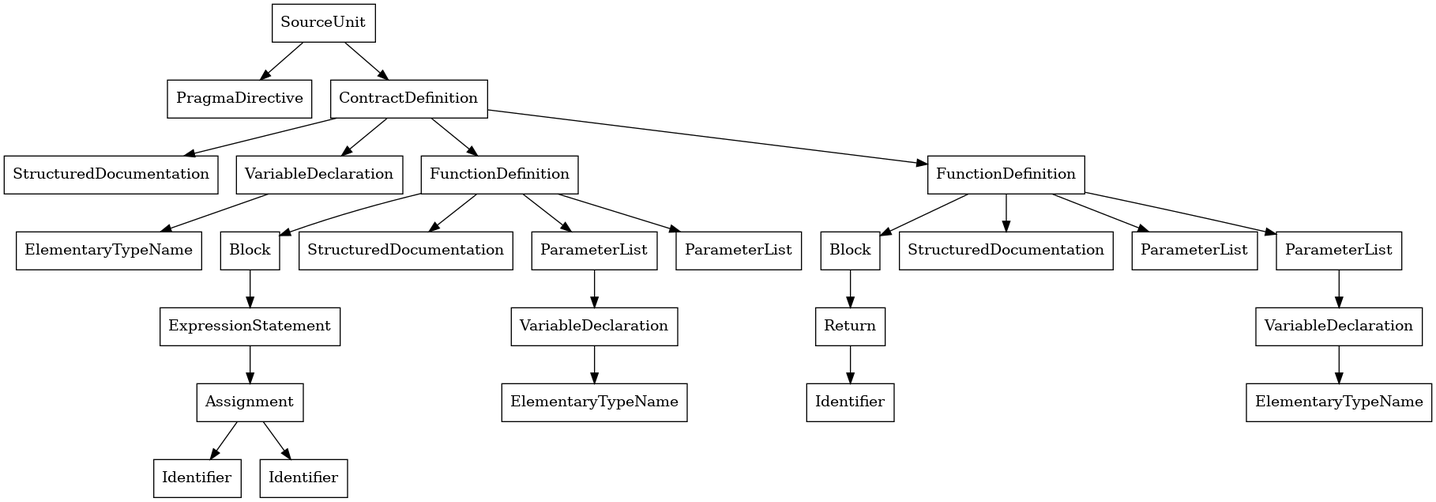
The Graphviz diagram bin/AST.png in Yowen397/modeler, before a commit. Its source is kept beside it as bin/AST.dot. Its diagram source:
```dot
digraph G{
node[shape=box]
94477220447272[label="SourceUnit"]
94477220447000[label="PragmaDirective"]
94477220447272->94477220447000
94477220447016[label="ContractDefinition"]
94477220447272->94477220447016
94477220446632[label="StructuredDocumentation"]
94477220447016->94477220446632
94477220446408[label="VariableDeclaration"]
94477220447016->94477220446408
94477220440208[label="ElementaryTypeName"]
94477220446408->94477220440208
94477220446424[label="FunctionDefinition"]
94477220447016->94477220446424
94477220443216[label="Block"]
94477220446424->94477220443216
94477220441632[label="ExpressionStatement"]
94477220443216->94477220441632
94477220441520[label="Assignment"]
94477220441632->94477220441520
94477220441304[label="Identifier"]
94477220441520->94477220441304
94477220441400[label="Identifier"]
94477220441520->94477220441400
94477220443248[label="StructuredDocumentation"]
94477220446424->94477220443248
94477220443536[label="ParameterList"]
94477220446424->94477220443536
94477220442888[label="VariableDeclaration"]
94477220443536->94477220442888
94477220442840[label="ElementaryTypeName"]
94477220442888->94477220442840
94477220443568[label="ParameterList"]
94477220446424->94477220443568
94477220446440[label="FunctionDefinition"]
94477220447016->94477220446440
94477220445880[label="Block"]
94477220446440->94477220445880
94477220444312[label="Return"]
94477220445880->94477220444312
94477220444168[label="Identifier"]
94477220444312->94477220444168
94477220445912[label="StructuredDocumentation"]
94477220446440->94477220445912
94477220446200[label="ParameterList"]
94477220446440->94477220446200
94477220446232[label="ParameterList"]
94477220446440->94477220446232
94477220445704[label="VariableDeclaration"]
94477220446232->94477220445704
94477220445656[label="ElementaryTypeName"]
94477220445704->94477220445656
}
```
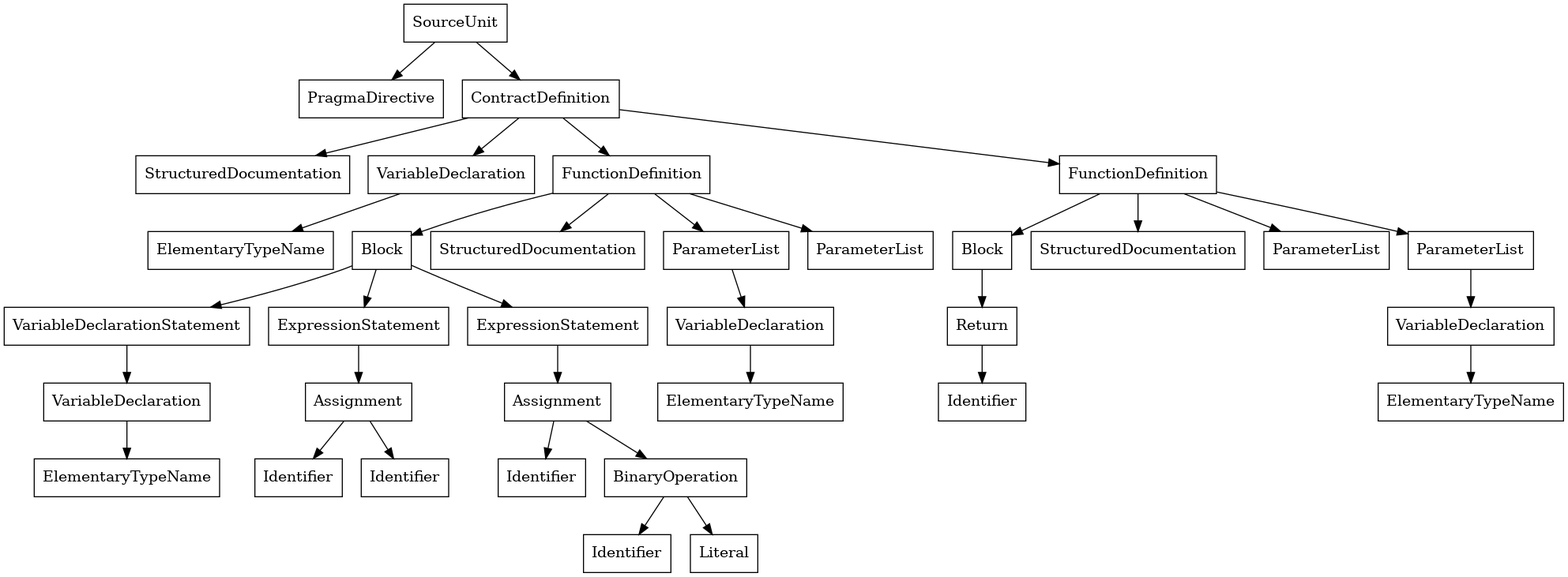
Later version of the same file.

What changed in the source:
```diff
@@ -1,54 +1,72 @@
 digraph G{
 node[shape=box]
-94477220447272[label="SourceUnit"]
-94477220447000[label="PragmaDirective"]
-94477220447272->94477220447000
-94477220447016[label="ContractDefinition"]
-94477220447272->94477220447016
-94477220446632[label="StructuredDocumentation"]
-94477220447016->94477220446632
-94477220446408[label="VariableDeclaration"]
-94477220447016->94477220446408
-94477220440208[label="ElementaryTypeName"]
-94477220446408->94477220440208
-94477220446424[label="FunctionDefinition"]
-94477220447016->94477220446424
-94477220443216[label="Block"]
-94477220446424->94477220443216
-94477220441632[label="ExpressionStatement"]
-94477220443216->94477220441632
-94477220441520[label="Assignment"]
-94477220441632->94477220441520
-94477220441304[label="Identifier"]
-94477220441520->94477220441304
-94477220441400[label="Identifier"]
-94477220441520->94477220441400
-94477220443248[label="StructuredDocumentation"]
-94477220446424->94477220443248
-94477220443536[label="ParameterList"]
-94477220446424->94477220443536
-94477220442888[label="VariableDeclaration"]
-94477220443536->94477220442888
-94477220442840[label="ElementaryTypeName"]
-94477220442888->94477220442840
-94477220443568[label="ParameterList"]
-94477220446424->94477220443568
-94477220446440[label="FunctionDefinition"]
-94477220447016->94477220446440
-94477220445880[label="Block"]
-94477220446440->94477220445880
-94477220444312[label="Return"]
-94477220445880->94477220444312
-94477220444168[label="Identifier"]
-94477220444312->94477220444168
-94477220445912[label="StructuredDocumentation"]
-94477220446440->94477220445912
-94477220446200[label="ParameterList"]
-94477220446440->94477220446200
-94477220446232[label="ParameterList"]
-94477220446440->94477220446232
-94477220445704[label="VariableDeclaration"]
-94477220446232->94477220445704
-94477220445656[label="ElementaryTypeName"]
-94477220445704->94477220445656
+94139065152064[label="SourceUnit"]
+94139065151792[label="PragmaDirective"]
+94139065152064->94139065151792
+94139065151808[label="ContractDefinition"]
+94139065152064->94139065151808
+94139065151424[label="StructuredDocumentation"]
+94139065151808->94139065151424
+94139065151200[label="VariableDeclaration"]
+94139065151808->94139065151200
+94139065141392[label="ElementaryTypeName"]
+94139065151200->94139065141392
+94139065151216[label="FunctionDefinition"]
+94139065151808->94139065151216
+94139065148008[label="Block"]
+94139065151216->94139065148008
+94139065146392[label="VariableDeclarationStatement"]
+94139065148008->94139065146392
+94139065142304[label="VariableDeclaration"]
+94139065146392->94139065142304
+94139065142256[label="ElementaryTypeName"]
+94139065142304->94139065142256
+94139065146408[label="ExpressionStatement"]
+94139065148008->94139065146408
+94139065143776[label="Assignment"]
+94139065146408->94139065143776
+94139065143560[label="Identifier"]
+94139065143776->94139065143560
+94139065143656[label="Identifier"]
+94139065143776->94139065143656
+94139065146424[label="ExpressionStatement"]
+94139065148008->94139065146424
+94139065146280[label="Assignment"]
+94139065146424->94139065146280
+94139065146064[label="Identifier"]
+94139065146280->94139065146064
+94139065146160[label="BinaryOperation"]
+94139065146280->94139065146160
+94139065145608[label="Identifier"]
+94139065146160->94139065145608
+94139065145704[label="Literal"]
+94139065146160->94139065145704
+94139065148040[label="StructuredDocumentation"]
+94139065151216->94139065148040
+94139065148328[label="ParameterList"]
+94139065151216->94139065148328
+94139065147680[label="VariableDeclaration"]
+94139065148328->94139065147680
+94139065147632[label="ElementaryTypeName"]
+94139065147680->94139065147632
+94139065148360[label="ParameterList"]
+94139065151216->94139065148360
+94139065151232[label="FunctionDefinition"]
+94139065151808->94139065151232
+94139065150672[label="Block"]
+94139065151232->94139065150672
+94139065149104[label="Return"]
+94139065150672->94139065149104
+94139065148960[label="Identifier"]
+94139065149104->94139065148960
+94139065150704[label="StructuredDocumentation"]
+94139065151232->94139065150704
+94139065150992[label="ParameterList"]
+94139065151232->94139065150992
+94139065151024[label="ParameterList"]
+94139065151232->94139065151024
+94139065150496[label="VariableDeclaration"]
+94139065151024->94139065150496
+94139065150448[label="ElementaryTypeName"]
+94139065150496->94139065150448
 }
```
